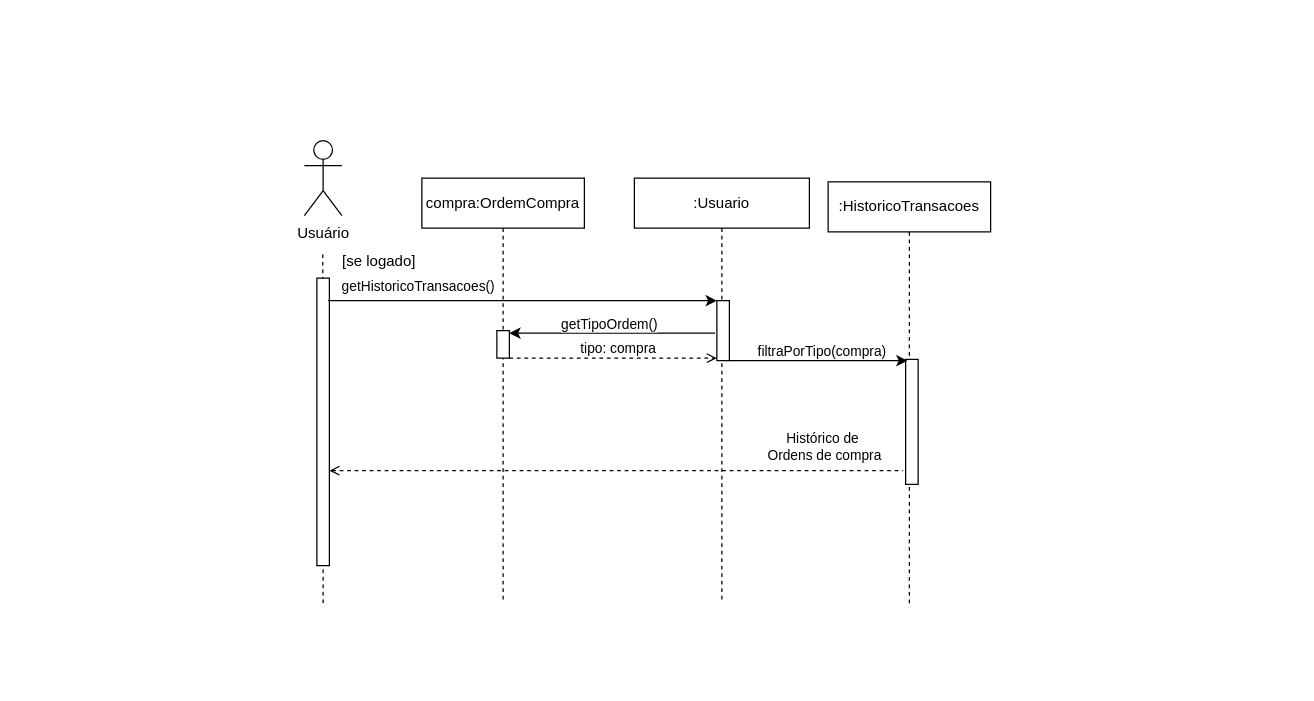
This is diagrama_sequencia/Diagrama_Sequencia_UC12.drawio from gb-cs-rt/home_broker, a draw.io file, before an edit. Source tidied: cells renumbered, new cells numbered last; positions are measured from the earlier drawing's top-left corner, leaving out a move shared by most shapes. Both pictures are drawn from the tidied source at 125%, with x=0, y=0 at pixel (304, 140).
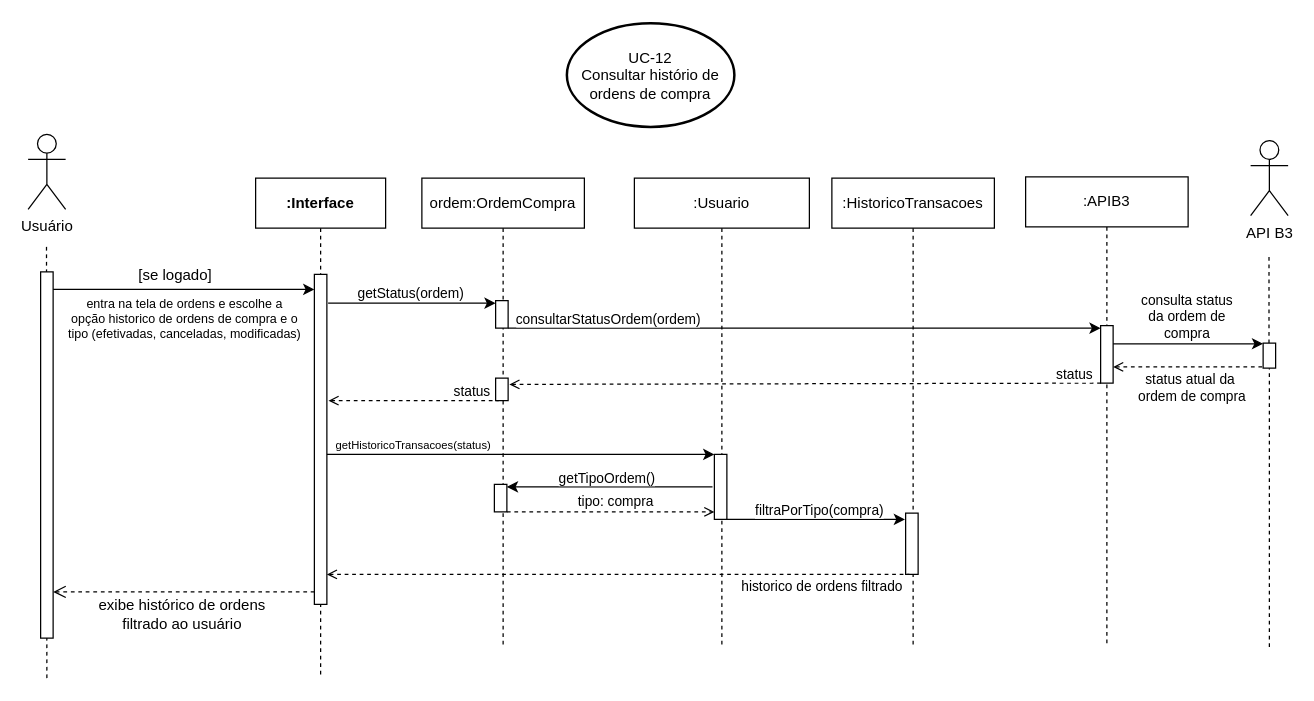
After the change.

Diff of the diagram source:
```diff
@@
     <mxCell id="2" value="Usuário" style="shape=umlActor;verticalLabelPosition=bottom;verticalAlign=top;html=1;" parent="1" vertex="1">
-      <mxGeometry width="30" height="60" as="geometry" />
+      <mxGeometry x="-221" y="-5" width="30" height="60" as="geometry" />
     </mxCell>
     <mxCell id="3" style="endArrow=none;dashed=1;html=1;rounded=0;" parent="1" edge="1">
       <mxGeometry relative="1" as="geometry">
-        <mxPoint x="15" y="370" as="sourcePoint" />
-        <mxPoint x="14.7" y="90" as="targetPoint" />
+        <mxPoint x="-206" y="430" as="sourcePoint" />
+        <mxPoint x="-206.3" y="85" as="targetPoint" />
       </mxGeometry>
     </mxCell>
     <mxCell id="4" style="html=1;points=[[0,0,0,0,5],[0,1,0,0,-5],[1,0,0,0,5],[1,1,0,0,-5]];perimeter=orthogonalPerimeter;outlineConnect=0;targetShapes=umlLifeline;portConstraint=eastwest;newEdgeStyle={&quot;curved&quot;:0,&quot;rounded&quot;:0};" parent="1" vertex="1">
-      <mxGeometry x="10" y="110" width="10" height="230" as="geometry" />
+      <mxGeometry x="-211" y="105" width="10" height="293" as="geometry" />
     </mxCell>
     <mxCell id="5" value=":Usuario" style="shape=umlLifeline;perimeter=lifelinePerimeter;whiteSpace=wrap;html=1;newEdgeStyle={&quot;curved&quot;:0,&quot;rounded&quot;:0};" parent="1" vertex="1">
-      <mxGeometry x="264" y="30" width="140" height="340" as="geometry" />
+      <mxGeometry x="264" y="30" width="140" height="375" as="geometry" />
     </mxCell>
     <mxCell id="6" style="html=1;perimeter=orthogonalPerimeter;targetShapes=umlLifeline;newEdgeStyle={&quot;curved&quot;:0,&quot;rounded&quot;:0};" parent="5" vertex="1">
-      <mxGeometry x="66" y="98" width="10" height="48" as="geometry" />
+      <mxGeometry x="64" y="221" width="10" height="52" as="geometry" />
     </mxCell>
     <mxCell id="7" value=":HistoricoTransacoes" style="shape=umlLifeline;perimeter=lifelinePerimeter;whiteSpace=wrap;html=1;newEdgeStyle={&quot;curved&quot;:0,&quot;rounded&quot;:0};" parent="1" vertex="1">
-      <mxGeometry x="419" y="33" width="130" height="339" as="geometry" />
+      <mxGeometry x="422" y="30" width="130" height="374" as="geometry" />
     </mxCell>
     <mxCell id="8" style="html=1;perimeter=orthogonalPerimeter;targetShapes=umlLifeline;newEdgeStyle={&quot;curved&quot;:0,&quot;rounded&quot;:0};" parent="7" vertex="1">
-      <mxGeometry x="62" y="142" width="10" height="100" as="geometry" />
+      <mxGeometry x="59" y="268" width="10" height="49" as="geometry" />
     </mxCell>
-    <mxCell id="9" value="compra:OrdemCompra" style="shape=umlLifeline;perimeter=lifelinePerimeter;whiteSpace=wrap;html=1;newEdgeStyle={&quot;curved&quot;:0,&quot;rounded&quot;:0};" parent="1" vertex="1">
-      <mxGeometry x="94" y="30" width="130" height="340" as="geometry" />
+    <mxCell id="9" value="ordem:OrdemCompra" style="shape=umlLifeline;perimeter=lifelinePerimeter;whiteSpace=wrap;html=1;newEdgeStyle={&quot;curved&quot;:0,&quot;rounded&quot;:0};" parent="1" vertex="1">
+      <mxGeometry x="94" y="30" width="130" height="376" as="geometry" />
     </mxCell>
     <mxCell id="10" style="html=1;points=[[0,0,0,0,5],[0,1,0,0,-5],[1,0,0,0,5],[1,1,0,0,-5]];perimeter=orthogonalPerimeter;outlineConnect=0;targetShapes=umlLifeline;portConstraint=eastwest;newEdgeStyle={&quot;curved&quot;:0,&quot;rounded&quot;:0};" parent="9" vertex="1">
-      <mxGeometry x="60" y="122" width="10" height="22" as="geometry" />
+      <mxGeometry x="58" y="245" width="10" height="22" as="geometry" />
     </mxCell>
+    <mxCell id="22" style="html=1;points=[[0,0,0,0,5],[0,1,0,0,-5],[1,0,0,0,5],[1,1,0,0,-5]];perimeter=orthogonalPerimeter;outlineConnect=0;targetShapes=umlLifeline;portConstraint=eastwest;newEdgeStyle={&quot;curved&quot;:0,&quot;rounded&quot;:0};" parent="9" vertex="1">
+      <mxGeometry x="59" y="98" width="10" height="22" as="geometry" />
+    </mxCell>
+    <mxCell id="23" style="html=1;perimeter=orthogonalPerimeter;targetShapes=umlLifeline;newEdgeStyle={&quot;curved&quot;:0,&quot;rounded&quot;:0};" parent="9" vertex="1">
+      <mxGeometry x="59" y="160" width="10" height="18" as="geometry" />
+    </mxCell>
     <mxCell id="11" style="endArrow=none;html=1;rounded=0;endFill=0;startArrow=classic;startFill=1;" parent="1" edge="1" source="10">
       <mxGeometry relative="1" as="geometry">
-        <mxPoint x="328.5" y="154" as="targetPoint" />
+        <mxPoint x="326.5" y="277" as="targetPoint" />
       </mxGeometry>
     </mxCell>
@@
     <mxCell id="13" style="endArrow=classic;html=1;rounded=0;" parent="1" edge="1">
       <mxGeometry relative="1" as="geometry">
-        <mxPoint x="19" y="128" as="sourcePoint" />
-        <mxPoint x="330" y="128" as="targetPoint" />
+        <mxPoint x="17" y="251" as="sourcePoint" />
+        <mxPoint x="328" y="251" as="targetPoint" />
       </mxGeometry>
     </mxCell>
-    <mxCell id="14" value="getHistoricoTransacoes()" style="edgeLabel;html=1;align=center;verticalAlign=middle;" parent="13" vertex="1">
+    <mxCell id="14" value="getHistoricoTransacoes(status)" style="edgeLabel;html=1;align=center;verticalAlign=middle;fontSize=9;" parent="13" vertex="1">
       <mxGeometry x="-0.51" y="1" relative="1" as="geometry">
-        <mxPoint x="-5" y="-11" as="offset" />
+        <mxPoint x="-7" y="-7" as="offset" />
       </mxGeometry>
     </mxCell>
     <mxCell id="15" style="endArrow=classic;html=1;rounded=0;startArrow=none;startFill=0;endFill=1;" parent="1" edge="1">
       <mxGeometry relative="1" as="geometry">
-        <mxPoint x="340" y="176" as="sourcePoint" />
-        <mxPoint x="482.5" y="176" as="targetPoint" />
+        <mxPoint x="338" y="303" as="sourcePoint" />
+        <mxPoint x="480.5" y="303" as="targetPoint" />
       </mxGeometry>
     </mxCell>
@@
-    <mxCell id="17" style="endArrow=none;html=1;rounded=0;startArrow=open;startFill=0;endFill=0;dashed=1;" parent="1" edge="1" source="4">
+    <mxCell id="17" style="endArrow=none;html=1;rounded=0;startArrow=open;startFill=0;endFill=0;dashed=1;" parent="1" edge="1" source="26">
       <mxGeometry relative="1" as="geometry">
-        <mxPoint x="479" y="264" as="targetPoint" />
+        <mxPoint x="484" y="347" as="targetPoint" />
       </mxGeometry>
     </mxCell>
-    <mxCell id="18" value="Histórico de&amp;nbsp;&lt;div&gt;Ordens de compra&lt;/div&gt;" style="edgeLabel;html=1;align=center;verticalAlign=middle;" parent="17" vertex="1">
+    <mxCell id="18" value="historico de ordens filtrado" style="edgeLabel;html=1;align=center;verticalAlign=middle;" parent="17" vertex="1">
       <mxGeometry x="-0.36" y="2" relative="1" as="geometry">
-        <mxPoint x="248" y="-18" as="offset" />
+        <mxPoint x="246" y="11" as="offset" />
       </mxGeometry>
     </mxCell>
     <mxCell id="19" style="endArrow=open;html=1;rounded=0;startArrow=none;startFill=0;endFill=0;dashed=1;" parent="1" edge="1">
       <mxGeometry relative="1" as="geometry">
-        <mxPoint x="164" y="174" as="sourcePoint" />
-        <mxPoint x="330" y="174" as="targetPoint" />
+        <mxPoint x="162" y="297" as="sourcePoint" />
+        <mxPoint x="328" y="297" as="targetPoint" />
       </mxGeometry>
     </mxCell>
@@
     <mxCell id="21" value="[se logado]" style="text;html=1;align=center;verticalAlign=middle;whiteSpace=wrap;rounded=0;" parent="1" vertex="1">
-      <mxGeometry x="20" y="82" width="80" height="30" as="geometry" />
+      <mxGeometry x="-143" y="93" width="80" height="30" as="geometry" />
     </mxCell>
+    <mxCell id="24" value="UC-12&lt;div&gt;Consultar histório de ordens de compra&lt;/div&gt;" style="strokeWidth=2;html=1;shape=mxgraph.flowchart.start_1;whiteSpace=wrap;" parent="1" vertex="1">
+      <mxGeometry x="210" y="-94" width="134" height="83" as="geometry" />
+    </mxCell>
+    <mxCell id="25" value="&lt;b&gt;:Interface&lt;/b&gt;" style="shape=umlLifeline;perimeter=lifelinePerimeter;whiteSpace=wrap;html=1;newEdgeStyle={&quot;edgeStyle&quot;:&quot;elbowEdgeStyle&quot;,&quot;elbow&quot;:&quot;vertical&quot;,&quot;curved&quot;:0,&quot;rounded&quot;:0};" parent="1" vertex="1">
+      <mxGeometry x="-39" y="30" width="104" height="399" as="geometry" />
+    </mxCell>
+    <mxCell id="26" style="html=1;points=[];perimeter=orthogonalPerimeter;outlineConnect=0;targetShapes=umlLifeline;portConstraint=eastwest;newEdgeStyle={&quot;edgeStyle&quot;:&quot;elbowEdgeStyle&quot;,&quot;elbow&quot;:&quot;vertical&quot;,&quot;curved&quot;:0,&quot;rounded&quot;:0};" parent="25" vertex="1">
+      <mxGeometry x="47" y="77" width="10" height="264" as="geometry" />
+    </mxCell>
+    <mxCell id="27" style="endArrow=classic;html=1;rounded=0;" parent="1" edge="1" target="26">
+      <mxGeometry relative="1" as="geometry">
+        <mxPoint x="-201" y="119" as="sourcePoint" />
+      </mxGeometry>
+    </mxCell>
+    <mxCell id="28" value="entra na tela de ordens e escolhe a&lt;div style=&quot;font-size: 10px;&quot;&gt;opção historico de ordens de compra e o&lt;/div&gt;&lt;div style=&quot;font-size: 10px;&quot;&gt;tipo (efetivadas, canceladas, modificadas)&lt;/div&gt;" style="edgeLabel;html=1;align=center;verticalAlign=middle;fontSize=10;" parent="27" vertex="1">
+      <mxGeometry x="-0.51" y="1" relative="1" as="geometry">
+        <mxPoint x="53" y="23" as="offset" />
+      </mxGeometry>
+    </mxCell>
+    <mxCell id="29" value=":APIB3" style="shape=umlLifeline;perimeter=lifelinePerimeter;whiteSpace=wrap;html=1;newEdgeStyle={&quot;curved&quot;:0,&quot;rounded&quot;:0};" parent="1" vertex="1">
+      <mxGeometry x="577" y="29" width="130" height="373" as="geometry" />
+    </mxCell>
+    <mxCell id="30" style="html=1;points=[[0,0,0,0,5],[0,1,0,0,-5],[1,0,0,0,5],[1,1,0,0,-5]];perimeter=orthogonalPerimeter;outlineConnect=0;targetShapes=umlLifeline;portConstraint=eastwest;newEdgeStyle={&quot;curved&quot;:0,&quot;rounded&quot;:0};" parent="29" vertex="1">
+      <mxGeometry x="60" y="119" width="10" height="46" as="geometry" />
+    </mxCell>
+    <mxCell id="31" value="API B3" style="shape=umlActor;verticalLabelPosition=bottom;verticalAlign=top;html=1;" parent="1" vertex="1">
+      <mxGeometry x="757" width="30" height="60" as="geometry" />
+    </mxCell>
+    <mxCell id="32" style="endArrow=none;dashed=1;html=1;rounded=0;" parent="1" edge="1" source="34">
+      <mxGeometry relative="1" as="geometry">
+        <mxPoint x="771.7" y="90" as="targetPoint" />
+      </mxGeometry>
+    </mxCell>
+    <mxCell id="33" style="endArrow=none;dashed=1;html=1;rounded=0;" parent="1" edge="1" target="34">
+      <mxGeometry relative="1" as="geometry">
+        <mxPoint x="772" y="405" as="sourcePoint" />
+      </mxGeometry>
+    </mxCell>
+    <mxCell id="34" style="html=1;points=[[0,0,0,0,5],[0,1,0,0,-5],[1,0,0,0,5],[1,1,0,0,-5]];perimeter=orthogonalPerimeter;outlineConnect=0;targetShapes=umlLifeline;portConstraint=eastwest;newEdgeStyle={&quot;curved&quot;:0,&quot;rounded&quot;:0};" parent="1" vertex="1">
+      <mxGeometry x="767" y="162" width="10" height="20" as="geometry" />
+    </mxCell>
+    <mxCell id="35" style="endArrow=classic;html=1;rounded=0;" parent="1" edge="1">
+      <mxGeometry relative="1" as="geometry">
+        <mxPoint x="647" y="162.5" as="sourcePoint" />
+        <mxPoint x="767" y="162.5" as="targetPoint" />
+      </mxGeometry>
+    </mxCell>
+    <mxCell id="36" value="consulta status&lt;div&gt;da ordem de&lt;/div&gt;&lt;div&gt;compra&lt;/div&gt;" style="edgeLabel;html=1;align=center;verticalAlign=middle;" parent="35" vertex="1">
+      <mxGeometry x="0.12" relative="1" as="geometry">
+        <mxPoint x="-9" y="-22" as="offset" />
+      </mxGeometry>
+    </mxCell>
+    <mxCell id="37" style="endArrow=none;html=1;rounded=0;startArrow=open;startFill=0;endFill=0;dashed=1;" parent="1" edge="1">
+      <mxGeometry relative="1" as="geometry">
+        <mxPoint x="647" y="181" as="sourcePoint" />
+        <mxPoint x="767" y="181" as="targetPoint" />
+      </mxGeometry>
+    </mxCell>
+    <mxCell id="38" value="status atual da&amp;nbsp;&lt;div&gt;ordem de compra&lt;/div&gt;" style="edgeLabel;html=1;align=center;verticalAlign=middle;" parent="37" vertex="1">
+      <mxGeometry x="0.12" relative="1" as="geometry">
+        <mxPoint x="-5" y="16" as="offset" />
+      </mxGeometry>
+    </mxCell>
+    <mxCell id="39" style="endArrow=classic;html=1;rounded=0;" parent="1" edge="1" target="22">
+      <mxGeometry relative="1" as="geometry">
+        <mxPoint x="19" y="130" as="sourcePoint" />
+      </mxGeometry>
+    </mxCell>
+    <mxCell id="40" value="getStatus(ordem)" style="edgeLabel;html=1;align=center;verticalAlign=middle;" parent="39" vertex="1">
+      <mxGeometry x="0.15" relative="1" as="geometry">
+        <mxPoint x="-12" y="-9" as="offset" />
+      </mxGeometry>
+    </mxCell>
+    <mxCell id="41" style="endArrow=classic;html=1;rounded=0;" parent="1" edge="1" target="30">
+      <mxGeometry relative="1" as="geometry">
+        <mxPoint x="163" y="150" as="sourcePoint" />
+      </mxGeometry>
+    </mxCell>
+    <mxCell id="42" value="consultarStatusOrdem(ordem)" style="edgeLabel;html=1;align=center;verticalAlign=middle;" parent="41" vertex="1">
+      <mxGeometry x="-0.51" y="1" relative="1" as="geometry">
+        <mxPoint x="-37" y="-7" as="offset" />
+      </mxGeometry>
+    </mxCell>
+    <mxCell id="43" style="endArrow=none;html=1;rounded=0;startArrow=open;startFill=0;endFill=0;dashed=1;" parent="1" edge="1">
+      <mxGeometry relative="1" as="geometry">
+        <mxPoint x="164" y="195" as="sourcePoint" />
+        <mxPoint x="639.5" y="194" as="targetPoint" />
+      </mxGeometry>
+    </mxCell>
+    <mxCell id="44" value="status" style="edgeLabel;html=1;align=center;verticalAlign=middle;" parent="43" vertex="1">
+      <mxGeometry x="-0.36" y="2" relative="1" as="geometry">
+        <mxPoint x="300" y="-6" as="offset" />
+      </mxGeometry>
+    </mxCell>
+    <mxCell id="45" style="endArrow=none;html=1;rounded=0;startArrow=open;startFill=0;endFill=0;dashed=1;" parent="1" edge="1">
+      <mxGeometry relative="1" as="geometry">
+        <mxPoint x="19.3" y="208" as="sourcePoint" />
+        <mxPoint x="155.5" y="208" as="targetPoint" />
+      </mxGeometry>
+    </mxCell>
+    <mxCell id="46" value="status" style="edgeLabel;html=1;align=center;verticalAlign=middle;" parent="45" vertex="1">
+      <mxGeometry x="-0.36" y="2" relative="1" as="geometry">
+        <mxPoint x="70" y="-6" as="offset" />
+      </mxGeometry>
+    </mxCell>
+    <mxCell id="47" style="endArrow=open;html=1;rounded=0;fontSize=12;startSize=8;endSize=8;curved=1;endFill=0;dashed=1;" parent="1" edge="1" target="4">
+      <mxGeometry relative="1" as="geometry">
+        <mxPoint x="8" y="361" as="sourcePoint" />
+      </mxGeometry>
+    </mxCell>
+    <mxCell id="48" value="exibe histórico de ordens&lt;div&gt;filtrado ao usuário&lt;/div&gt;" style="edgeLabel;html=1;align=center;verticalAlign=middle;fontSize=12;" parent="47" vertex="1">
+      <mxGeometry x="0.09" y="-1" relative="1" as="geometry">
+        <mxPoint x="7" y="18" as="offset" />
+      </mxGeometry>
+    </mxCell>
```
